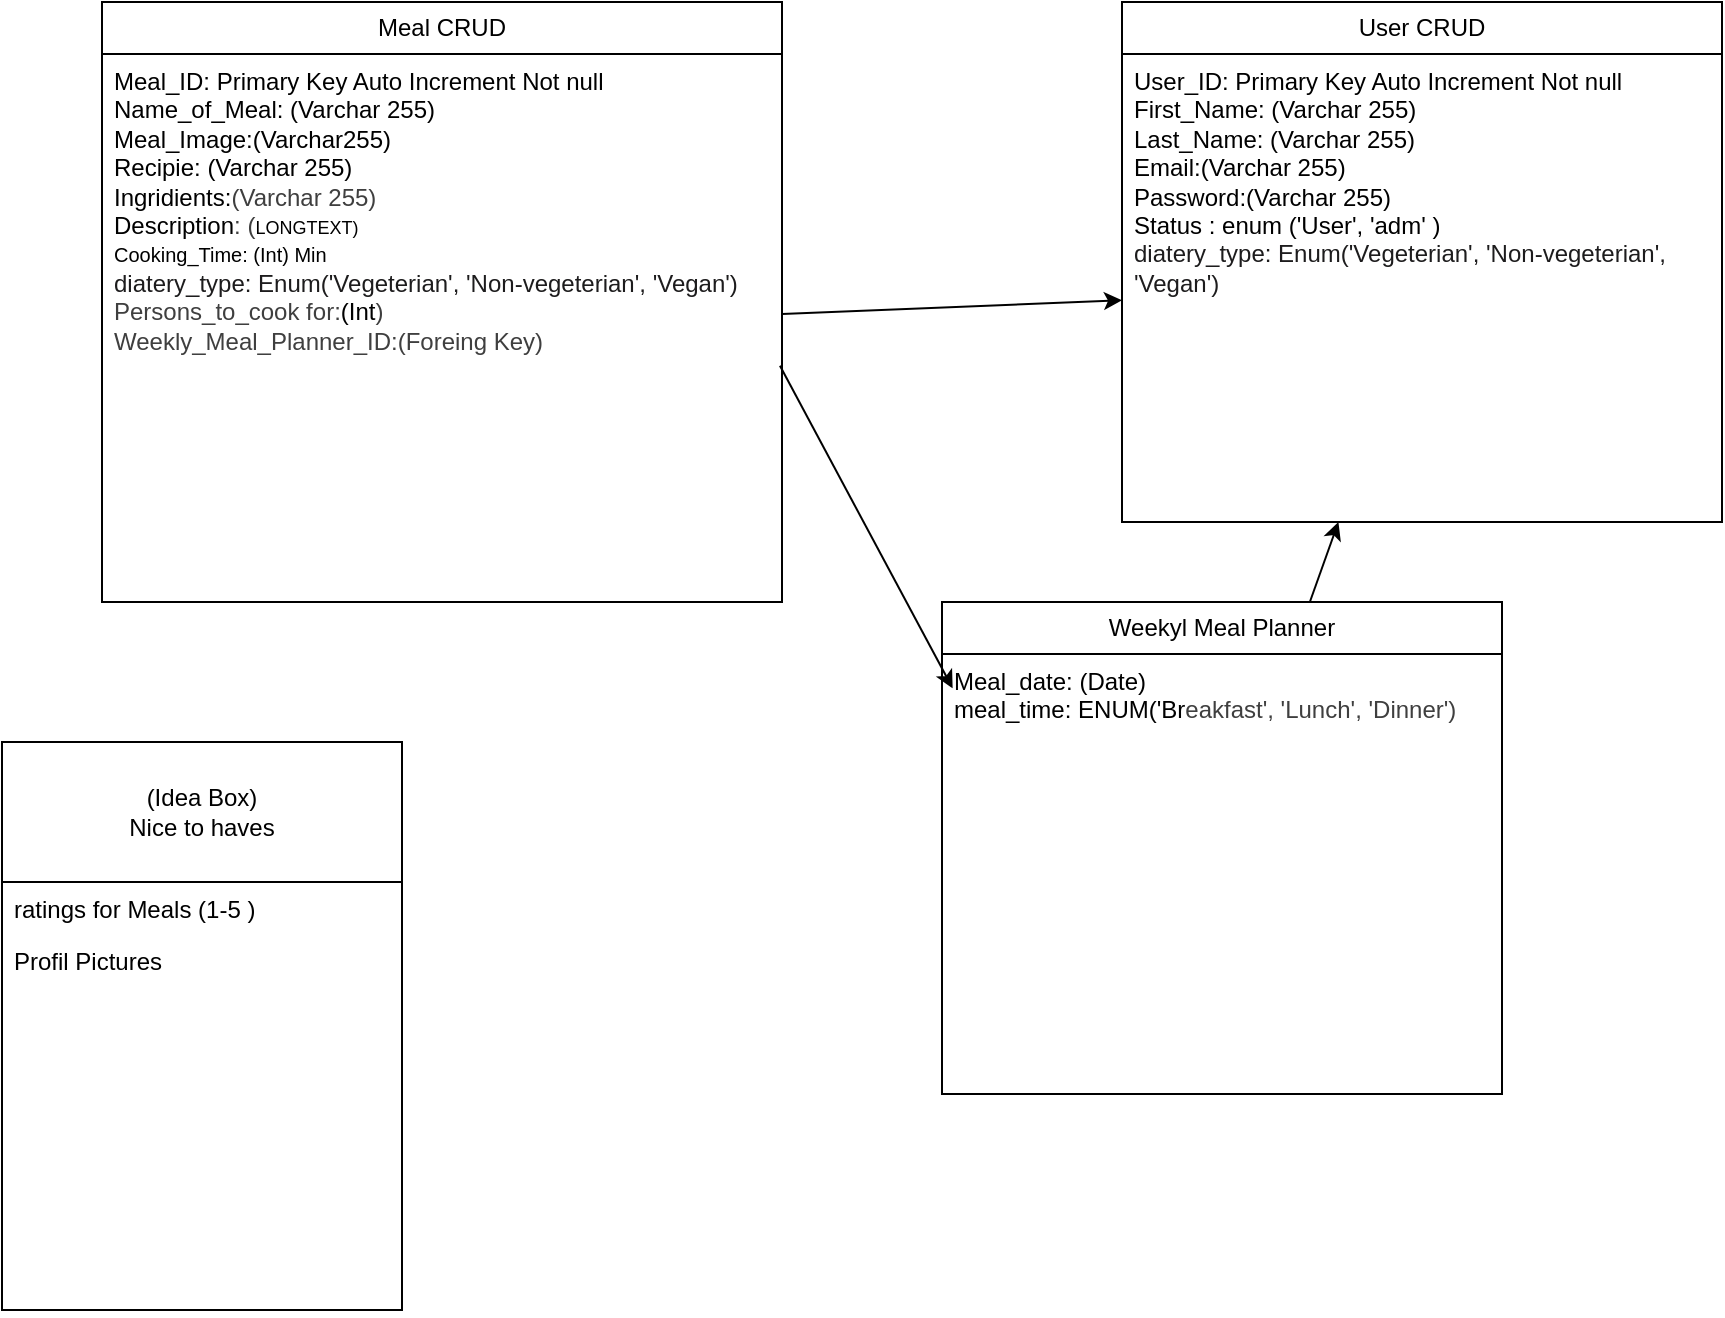
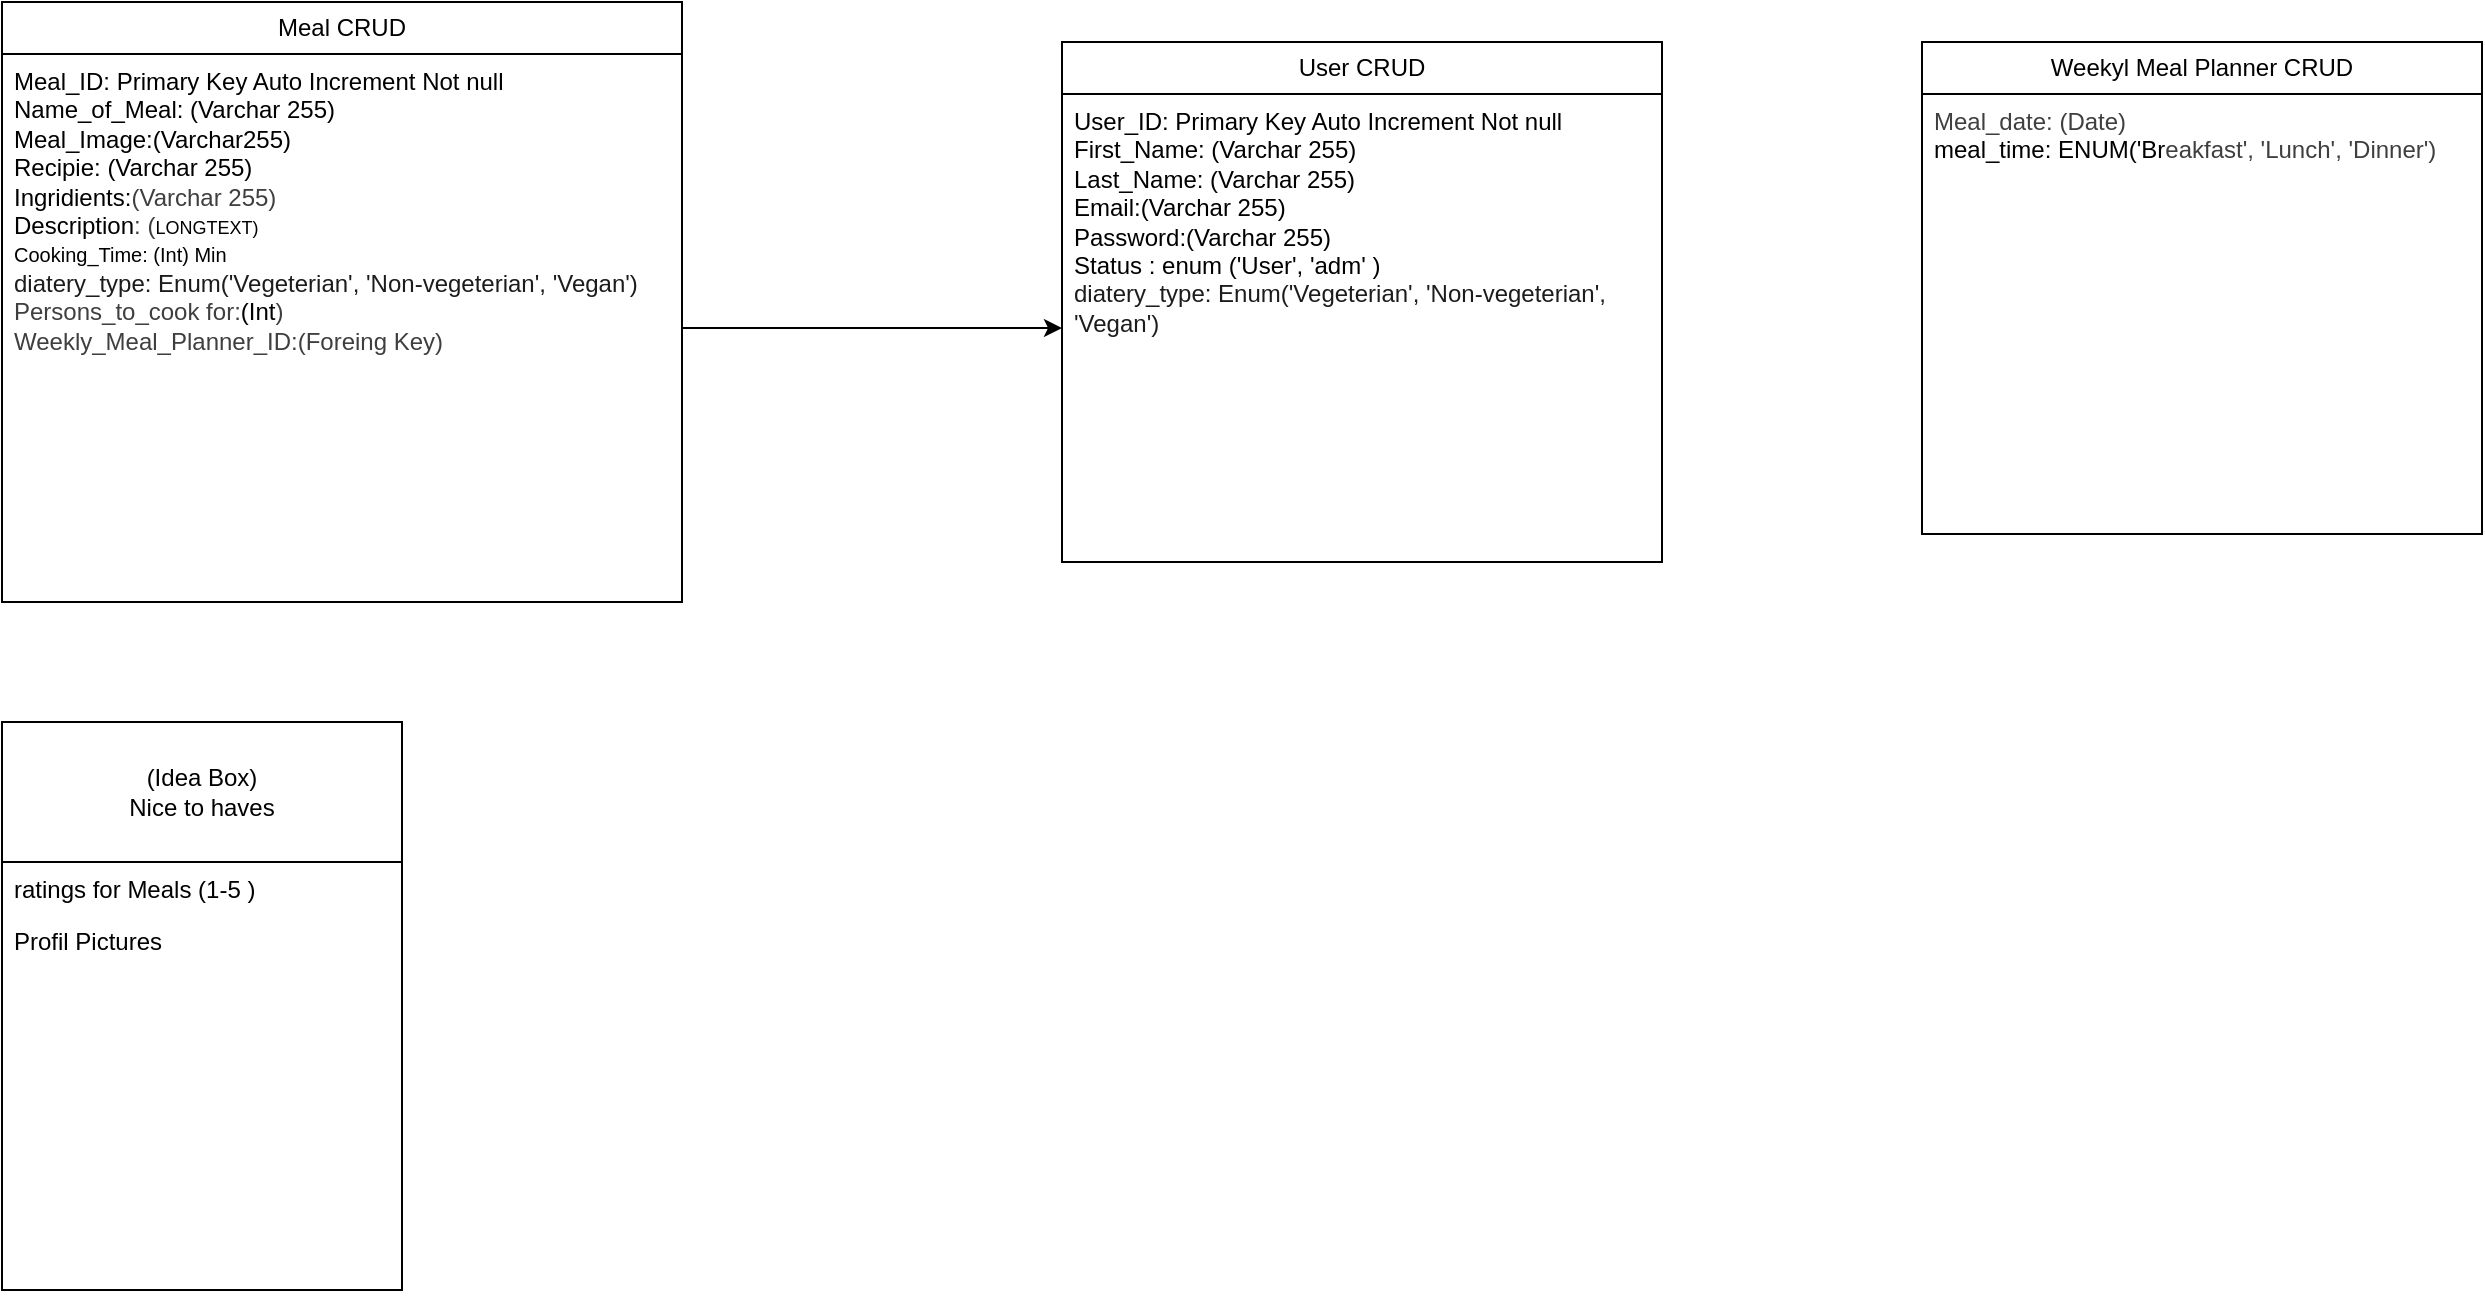
<mxfile host="65bd71144e">
    <diagram id="s0C6uxyoA4bYXAnmnKxe" name="Database plan">
-         <mxGraphModel dx="2678" dy="1220" grid="1" gridSize="10" guides="1" tooltips="1" connect="1" arrows="1" fold="1" page="1" pageScale="1" pageWidth="827" pageHeight="1169" math="0" shadow="0">
+         <mxGraphModel dx="1530" dy="687" grid="1" gridSize="10" guides="1" tooltips="1" connect="1" arrows="1" fold="1" page="1" pageScale="1" pageWidth="827" pageHeight="1169" math="0" shadow="0">
            <root>
                <mxCell id="0"/>
                <mxCell id="1" parent="0"/>
                <mxCell id="2" value="User CRUD" style="swimlane;fontStyle=0;childLayout=stackLayout;horizontal=1;startSize=26;fillColor=none;horizontalStack=0;resizeParent=1;resizeParentMax=0;resizeLast=0;collapsible=1;marginBottom=0;whiteSpace=wrap;html=1;" parent="1" vertex="1">
-                     <mxGeometry x="630" y="150" width="300" height="260" as="geometry"/>
+                     <mxGeometry x="650" y="170" width="300" height="260" as="geometry"/>
                </mxCell>
                <mxCell id="3" value="&lt;div&gt;User_ID: Primary Key Auto Increment Not null&amp;nbsp;&lt;/div&gt;First_Name: (Varchar 255)&lt;div&gt;Last_Name:&amp;nbsp;&lt;span style=&quot;color: rgb(0, 0, 0); background-color: transparent;&quot;&gt;(Varchar 255)&lt;/span&gt;&lt;/div&gt;&lt;div&gt;Email:&lt;span style=&quot;color: rgb(0, 0, 0); background-color: transparent;&quot;&gt;(Varchar 255)&lt;/span&gt;&lt;/div&gt;&lt;div&gt;Password:&lt;span style=&quot;color: rgb(0, 0, 0); background-color: transparent;&quot;&gt;(Varchar 255)&lt;/span&gt;&lt;/div&gt;&lt;div&gt;Status : enum (&#39;User&#39;, &#39;adm&#39; )&lt;/div&gt;&lt;div&gt;&lt;span style=&quot;color: rgb(0, 0, 0); background-color: transparent;&quot;&gt;&lt;div style=&quot;color: rgb(63, 63, 63); scrollbar-color: rgb(226, 226, 226) rgb(251, 251, 251);&quot;&gt;&lt;span style=&quot;scrollbar-color: rgb(226, 226, 226) rgb(251, 251, 251); background-color: transparent; color: rgb(29, 28, 29);&quot;&gt;diatery_type: Enum(&#39;Vegeterian&#39;, &#39;Non-vegeterian&#39;, &#39;Vegan&#39;)&lt;/span&gt;&lt;/div&gt;&lt;div&gt;&lt;span style=&quot;scrollbar-color: rgb(226, 226, 226) rgb(251, 251, 251); background-color: transparent; color: rgb(29, 28, 29);&quot;&gt;&lt;br&gt;&lt;/span&gt;&lt;/div&gt;&lt;/span&gt;&lt;/div&gt;" style="text;strokeColor=none;fillColor=none;align=left;verticalAlign=top;spacingLeft=4;spacingRight=4;overflow=hidden;rotatable=0;points=[[0,0.5],[1,0.5]];portConstraint=eastwest;whiteSpace=wrap;html=1;" parent="2" vertex="1">
                    <mxGeometry y="26" width="300" height="234" as="geometry"/>
                </mxCell>
                <mxCell id="6" value="Meal CRUD" style="swimlane;fontStyle=0;childLayout=stackLayout;horizontal=1;startSize=26;fillColor=none;horizontalStack=0;resizeParent=1;resizeParentMax=0;resizeLast=0;collapsible=1;marginBottom=0;whiteSpace=wrap;html=1;" parent="1" vertex="1">
                    <mxGeometry x="120" y="150" width="340" height="300" as="geometry"/>
                </mxCell>
                <mxCell id="7" value="&lt;div&gt;&lt;font face=&quot;Helvetica&quot;&gt;Meal_ID: Primary Key Auto Increment Not null&amp;nbsp;&lt;/font&gt;&lt;/div&gt;&lt;font face=&quot;Helvetica&quot;&gt;Name_of_Meal: (Varchar 255)&lt;/font&gt;&lt;div&gt;&lt;font face=&quot;Helvetica&quot;&gt;Meal_Image:(Varchar255)&lt;/font&gt;&lt;/div&gt;&lt;div&gt;&lt;font face=&quot;Helvetica&quot;&gt;Recipie:&amp;nbsp;&lt;span style=&quot;color: rgb(0, 0, 0); background-color: transparent;&quot;&gt;(Varchar 255)&lt;/span&gt;&lt;/font&gt;&lt;/div&gt;&lt;div&gt;&lt;font face=&quot;Helvetica&quot;&gt;&lt;span style=&quot;color: rgb(0, 0, 0); background-color: transparent;&quot;&gt;Ingridients:&lt;/span&gt;&lt;span style=&quot;background-color: transparent; color: rgb(63, 63, 63);&quot;&gt;(Varchar 255)&lt;/span&gt;&lt;/font&gt;&lt;/div&gt;&lt;div&gt;&lt;font face=&quot;Helvetica&quot;&gt;&lt;span style=&quot;background-color: transparent;&quot;&gt;&lt;font color=&quot;#000000&quot;&gt;Description&lt;/font&gt;&lt;/span&gt;&lt;span style=&quot;color: rgb(63, 63, 63); background-color: transparent;&quot;&gt;: (&lt;/span&gt;&lt;/font&gt;&lt;span style=&quot;background-color: rgb(255, 255, 255); color: rgb(0, 0, 0);&quot;&gt;&lt;font style=&quot;font-size: 9px;&quot; face=&quot;Helvetica&quot;&gt;LONGTEXT)&lt;/font&gt;&lt;/span&gt;&lt;/div&gt;&lt;div&gt;&lt;font size=&quot;1&quot;&gt;&lt;span style=&quot;background-color: rgb(255, 255, 255);&quot;&gt;Cooking_Time: (Int) Min&lt;/span&gt;&lt;/font&gt;&lt;/div&gt;&lt;div&gt;&lt;span style=&quot;color: rgb(29, 28, 29); background-color: transparent;&quot;&gt;diatery_type: Enum(&#39;Vegeterian&#39;, &#39;Non-vegeterian&#39;, &#39;Vegan&#39;)&lt;/span&gt;&lt;/div&gt;&lt;div&gt;&lt;span style=&quot;color: rgb(63, 63, 63); background-color: transparent;&quot;&gt;Persons_to_cook for:&lt;/span&gt;&lt;span style=&quot;background-color: transparent; color: rgb(0, 0, 0);&quot;&gt;(Int&lt;/span&gt;&lt;span style=&quot;color: rgb(63, 63, 63); background-color: transparent;&quot;&gt;)&lt;/span&gt;&lt;/div&gt;&lt;div&gt;&lt;span style=&quot;color: rgb(63, 63, 63); background-color: transparent;&quot;&gt;Weekly_Meal_Planner_ID:(Foreing Key)&lt;/span&gt;&lt;/div&gt;" style="text;strokeColor=none;fillColor=none;align=left;verticalAlign=top;spacingLeft=4;spacingRight=4;overflow=hidden;rotatable=0;points=[[0,0.5],[1,0.5]];portConstraint=eastwest;whiteSpace=wrap;html=1;" parent="6" vertex="1">
                    <mxGeometry y="26" width="340" height="274" as="geometry"/>
                </mxCell>
-                 <mxCell id="n_zv5sPG3a4TezJHcdGs-39" style="edgeStyle=none;html=1;" edge="1" parent="1" source="19" target="3">
-                     <mxGeometry relative="1" as="geometry"/>
+                 <mxCell id="19" value="Weekyl Meal Planner CRUD" style="swimlane;fontStyle=0;childLayout=stackLayout;horizontal=1;startSize=26;fillColor=none;horizontalStack=0;resizeParent=1;resizeParentMax=0;resizeLast=0;collapsible=1;marginBottom=0;whiteSpace=wrap;html=1;" parent="1" vertex="1">
+                     <mxGeometry x="1080" y="170" width="280" height="246" as="geometry"/>
                </mxCell>
-                 <mxCell id="19" value="Weekyl Meal Planner" style="swimlane;fontStyle=0;childLayout=stackLayout;horizontal=1;startSize=26;fillColor=none;horizontalStack=0;resizeParent=1;resizeParentMax=0;resizeLast=0;collapsible=1;marginBottom=0;whiteSpace=wrap;html=1;" vertex="1" parent="1">
-                     <mxGeometry x="540" y="450" width="280" height="246" as="geometry"/>
-                 </mxCell>
-                 <mxCell id="22" value="Meal_date: (Date)&lt;div&gt;meal_time: ENUM(&#39;Br&lt;span style=&quot;color: rgb(63, 63, 63); background-color: transparent;&quot;&gt;eakfast&#39;, &#39;Lunch&#39;, &#39;Dinner&#39;)&lt;/span&gt;&lt;/div&gt;&lt;div&gt;&lt;span style=&quot;color: rgb(63, 63, 63); background-color: transparent;&quot;&gt;&lt;br&gt;&lt;/span&gt;&lt;/div&gt;&lt;div&gt;&lt;span style=&quot;color: rgb(63, 63, 63); background-color: transparent;&quot;&gt;&lt;br&gt;&lt;/span&gt;&lt;/div&gt;" style="text;strokeColor=none;fillColor=none;align=left;verticalAlign=top;spacingLeft=4;spacingRight=4;overflow=hidden;rotatable=0;points=[[0,0.5],[1,0.5]];portConstraint=eastwest;whiteSpace=wrap;html=1;" vertex="1" parent="19">
+                 <mxCell id="22" value="&lt;div&gt;&lt;span style=&quot;background-color: transparent; color: rgb(63, 63, 63);&quot;&gt;Meal_date: (Date)&lt;/span&gt;&lt;/div&gt;&lt;div&gt;meal_time: ENUM(&#39;Br&lt;span style=&quot;color: rgb(63, 63, 63); background-color: transparent;&quot;&gt;eakfast&#39;, &#39;Lunch&#39;, &#39;Dinner&#39;)&lt;/span&gt;&lt;/div&gt;&lt;div&gt;&lt;br&gt;&lt;/div&gt;" style="text;strokeColor=none;fillColor=none;align=left;verticalAlign=top;spacingLeft=4;spacingRight=4;overflow=hidden;rotatable=0;points=[[0,0.5],[1,0.5]];portConstraint=eastwest;whiteSpace=wrap;html=1;" parent="19" vertex="1">
                    <mxGeometry y="26" width="280" height="220" as="geometry"/>
                </mxCell>
-                 <mxCell id="n_zv5sPG3a4TezJHcdGs-25" value="(Idea Box)&lt;div&gt;Nice to haves&lt;/div&gt;" style="swimlane;fontStyle=0;childLayout=stackLayout;horizontal=1;startSize=70;fillColor=none;horizontalStack=0;resizeParent=1;resizeParentMax=0;resizeLast=0;collapsible=1;marginBottom=0;whiteSpace=wrap;html=1;" vertex="1" parent="1">
-                     <mxGeometry x="70" y="520" width="200" height="284" as="geometry"/>
+                 <mxCell id="n_zv5sPG3a4TezJHcdGs-25" value="(Idea Box)&lt;div&gt;Nice to haves&lt;/div&gt;" style="swimlane;fontStyle=0;childLayout=stackLayout;horizontal=1;startSize=70;fillColor=none;horizontalStack=0;resizeParent=1;resizeParentMax=0;resizeLast=0;collapsible=1;marginBottom=0;whiteSpace=wrap;html=1;" parent="1" vertex="1">
+                     <mxGeometry x="120" y="510" width="200" height="284" as="geometry"/>
                </mxCell>
-                 <mxCell id="n_zv5sPG3a4TezJHcdGs-26" value="ratings for Meals (1-5 )" style="text;strokeColor=none;fillColor=none;align=left;verticalAlign=top;spacingLeft=4;spacingRight=4;overflow=hidden;rotatable=0;points=[[0,0.5],[1,0.5]];portConstraint=eastwest;whiteSpace=wrap;html=1;" vertex="1" parent="n_zv5sPG3a4TezJHcdGs-25">
+                 <mxCell id="n_zv5sPG3a4TezJHcdGs-26" value="ratings for Meals (1-5 )" style="text;strokeColor=none;fillColor=none;align=left;verticalAlign=top;spacingLeft=4;spacingRight=4;overflow=hidden;rotatable=0;points=[[0,0.5],[1,0.5]];portConstraint=eastwest;whiteSpace=wrap;html=1;" parent="n_zv5sPG3a4TezJHcdGs-25" vertex="1">
                    <mxGeometry y="70" width="200" height="26" as="geometry"/>
                </mxCell>
-                 <mxCell id="n_zv5sPG3a4TezJHcdGs-27" value="Profil Pictures" style="text;strokeColor=none;fillColor=none;align=left;verticalAlign=top;spacingLeft=4;spacingRight=4;overflow=hidden;rotatable=0;points=[[0,0.5],[1,0.5]];portConstraint=eastwest;whiteSpace=wrap;html=1;" vertex="1" parent="n_zv5sPG3a4TezJHcdGs-25">
+                 <mxCell id="n_zv5sPG3a4TezJHcdGs-27" value="Profil Pictures" style="text;strokeColor=none;fillColor=none;align=left;verticalAlign=top;spacingLeft=4;spacingRight=4;overflow=hidden;rotatable=0;points=[[0,0.5],[1,0.5]];portConstraint=eastwest;whiteSpace=wrap;html=1;" parent="n_zv5sPG3a4TezJHcdGs-25" vertex="1">
                    <mxGeometry y="96" width="200" height="188" as="geometry"/>
                </mxCell>
-                 <mxCell id="n_zv5sPG3a4TezJHcdGs-36" style="edgeStyle=none;html=1;entryX=0.019;entryY=0.078;entryDx=0;entryDy=0;entryPerimeter=0;exitX=0.997;exitY=0.569;exitDx=0;exitDy=0;exitPerimeter=0;" edge="1" parent="1" source="7" target="22">
-                     <mxGeometry relative="1" as="geometry"/>
-                 </mxCell>
-                 <mxCell id="n_zv5sPG3a4TezJHcdGs-40" style="edgeStyle=none;html=1;" edge="1" parent="1" source="7" target="3">
+                 <mxCell id="n_zv5sPG3a4TezJHcdGs-40" style="edgeStyle=none;html=1;" parent="1" source="7" target="3" edge="1">
                    <mxGeometry relative="1" as="geometry"/>
                </mxCell>
            </root>
        </mxGraphModel>
    </diagram>
</mxfile>